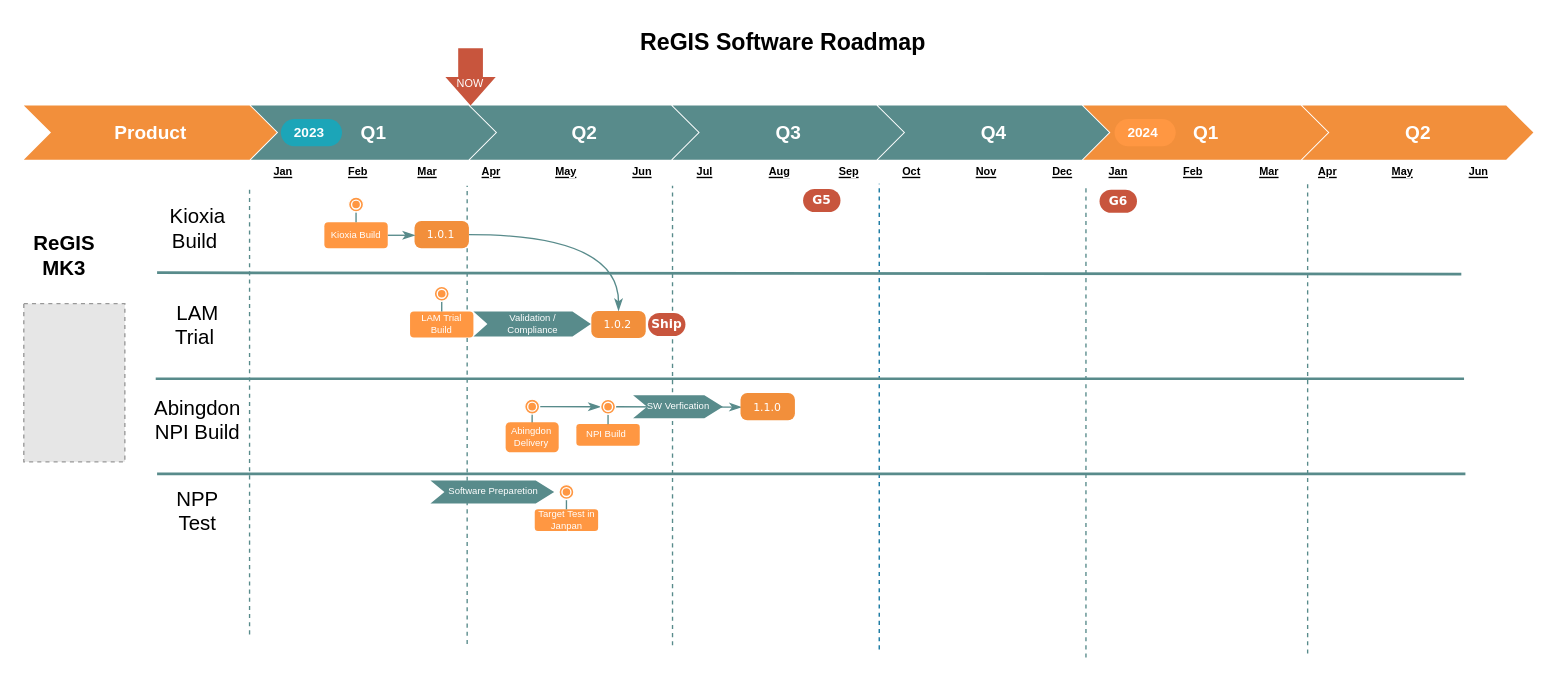
Earlier version of the draw.io diagram page "ReGIS" (3 of 7) of 0.Project Roadmap.drawio (EdwardsKorea/CommonDrawIO). Source tidied: cells renumbered, new cells numbered last; positions are measured from the earlier drawing's top-left corner, leaving out a move shared by most shapes. Both pictures are drawn from the tidied source at 136%, with x=0, y=0 at pixel (23, 23). Pictures stored in the file or linked from it are replaced by grey dashed boxes.
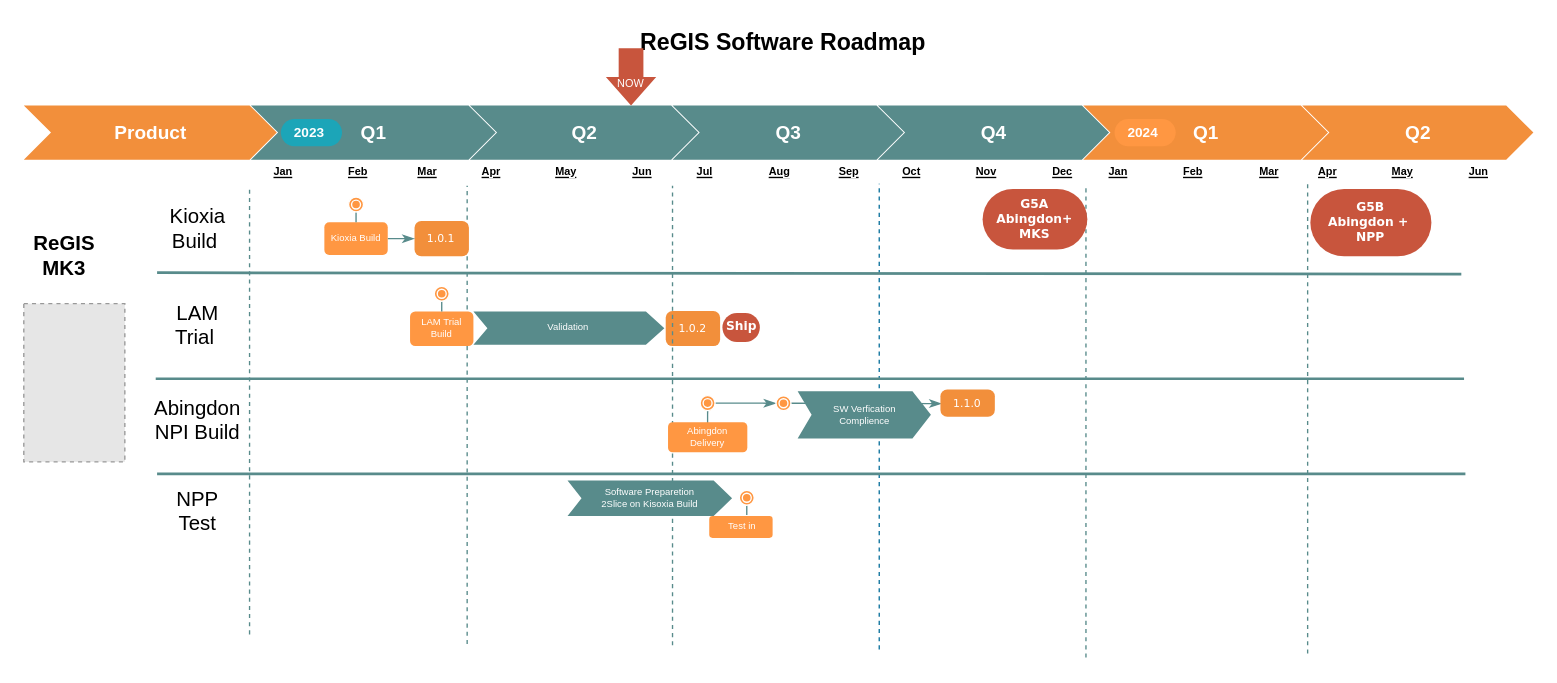
The same diagram, later.

What changed in the source:
```diff
@@
     <mxCell id="11" value="1.0.2" style="html=1;shadow=0;dashed=0;shape=mxgraph.bootstrap.rrect;rSize=5;strokeColor=none;strokeWidth=1;fillColor=#F28f3b;fontColor=#FFFFFF;whiteSpace=wrap;align=center;verticalAlign=middle;spacingLeft=0;fontStyle=0;fontSize=8;spacing=5;fontFamily=Verdana;labelBackgroundColor=none;" parent="1" vertex="1">
-      <mxGeometry x="417.3" y="211.1" width="40" height="20" as="geometry" />
+      <mxGeometry x="472" y="211.1" width="40" height="25.9" as="geometry" />
     </mxCell>
     <mxCell id="12" value="&lt;br&gt;NOW" style="shape=singleArrow;direction=south;whiteSpace=wrap;html=1;labelBackgroundColor=none;strokeColor=none;fontFamily=Helvetica;fontSize=8;fontColor=#FFFFFF;fillColor=#c8553d;arrowWidth=0.4911463187325298;arrowSize=0.49521072796935545;" parent="1" vertex="1">
-      <mxGeometry x="310" y="18" width="37" height="42" as="geometry" />
+      <mxGeometry x="428" y="18" width="37" height="42" as="geometry" />
     </mxCell>
@@
-    <mxCell id="39" value="NPI Build&amp;nbsp;" style="rounded=1;whiteSpace=wrap;html=1;labelBackgroundColor=none;strokeColor=none;fontFamily=Helvetica;fontSize=7;fontColor=#FFFFFF;fillColor=#FF9742;" parent="1" vertex="1">
-      <mxGeometry x="406.3" y="294.3" width="46.6" height="16" as="geometry" />
-    </mxCell>
     <mxCell id="40" style="edgeStyle=orthogonalEdgeStyle;curved=1;jettySize=auto;html=1;entryX=0.499;entryY=0.056;entryDx=0;entryDy=0;entryPerimeter=0;strokeColor=#588b8b;strokeWidth=1;fontFamily=Helvetica;fontSize=8;fontColor=#FFFFFF;endArrow=none;endFill=0;" parent="1" edge="1" source="42" target="43">
       <mxGeometry relative="1" as="geometry">
         <Array as="points">
-          <mxPoint x="373.8" y="288" />
-          <mxPoint x="373.8" y="288" />
+          <mxPoint x="502.8" y="285.4" />
+          <mxPoint x="502.8" y="285.4" />
         </Array>
       </mxGeometry>
     </mxCell>
@@
     <mxCell id="42" style="ellipse;shape=doubleEllipse;whiteSpace=wrap;html=1;labelBackgroundColor=none;strokeColor=#FFFFFF;fontFamily=Helvetica;fontSize=10;fontColor=#FFFFFF;fillColor=#FF9742;" parent="1" vertex="1">
-      <mxGeometry x="368.3" y="276" width="11" height="11" as="geometry" />
+      <mxGeometry x="497.3" y="273.4" width="11" height="11" as="geometry" />
     </mxCell>
     <mxCell id="43" value="Abingdon Delivery" style="rounded=1;whiteSpace=wrap;html=1;labelBackgroundColor=none;strokeColor=none;fontFamily=Helvetica;fontSize=7;fontColor=#FFFFFF;fillColor=#FF9742;" parent="1" vertex="1">
-      <mxGeometry x="354.3" y="293" width="39" height="22" as="geometry" />
+      <mxGeometry x="473.7" y="293" width="58.3" height="22" as="geometry" />
     </mxCell>
-    <mxCell id="44" value="G5" style="rounded=1;whiteSpace=wrap;html=1;arcSize=50;strokeColor=none;strokeWidth=1;fillColor=#c8553d;fontColor=#FFFFFF;whiteSpace=wrap;align=center;verticalAlign=middle;spacingLeft=0;fontStyle=1;fontSize=9;spacing=10;fontFamily=Verdana;" parent="1" vertex="1">
-      <mxGeometry x="573" y="121.4" width="27.5" height="17" as="geometry" />
+    <mxCell id="44" value="G5A&lt;br&gt;Abingdon+ MKS" style="rounded=1;whiteSpace=wrap;html=1;arcSize=50;strokeColor=none;strokeWidth=1;fillColor=#c8553d;fontColor=#FFFFFF;whiteSpace=wrap;align=center;verticalAlign=middle;spacingLeft=0;fontStyle=1;fontSize=9;spacing=10;fontFamily=Verdana;" parent="1" vertex="1">
+      <mxGeometry x="705" y="121.4" width="77" height="44.6" as="geometry" />
     </mxCell>
@@
     <mxCell id="46" value="LAM Trial Build" style="rounded=1;whiteSpace=wrap;html=1;labelBackgroundColor=none;strokeColor=none;fontFamily=Helvetica;fontSize=7;fontColor=#FFFFFF;fillColor=#FF9742;" parent="1" vertex="1">
-      <mxGeometry x="284" y="211.6" width="46.6" height="19" as="geometry" />
+      <mxGeometry x="284" y="211.6" width="46.6" height="25.4" as="geometry" />
     </mxCell>
@@
-    <mxCell id="49" style="edgeStyle=orthogonalEdgeStyle;curved=1;jettySize=auto;html=1;entryX=0.499;entryY=0.056;entryDx=0;entryDy=0;entryPerimeter=0;strokeColor=#588b8b;strokeWidth=1;fontFamily=Helvetica;fontSize=8;fontColor=#FFFFFF;endArrow=none;endFill=0;" parent="1" edge="1" source="51">
-      <mxGeometry relative="1" as="geometry">
-        <mxPoint x="429.6" y="294.4" as="targetPoint" />
-        <Array as="points">
-          <mxPoint x="429.6" y="288.1" />
-          <mxPoint x="429.6" y="288.1" />
-        </Array>
-      </mxGeometry>
-    </mxCell>
@@
     <mxCell id="51" style="ellipse;shape=doubleEllipse;whiteSpace=wrap;html=1;labelBackgroundColor=none;strokeColor=#FFFFFF;fontFamily=Helvetica;fontSize=10;fontColor=#FFFFFF;fillColor=#FF9742;" parent="1" vertex="1">
-      <mxGeometry x="424.1" y="276.1" width="11" height="11" as="geometry" />
+      <mxGeometry x="553.1" y="273.5" width="11" height="11" as="geometry" />
     </mxCell>
-    <mxCell id="52" value="SW Verfication" style="html=1;shape=mxgraph.infographic.ribbonSimple;notch1=10.29;notch2=13.57;fillColor=#588b8b;strokeColor=none;align=center;verticalAlign=middle;fontColor=#ffffff;fontSize=7;fontStyle=0;rounded=0;" parent="1" vertex="1">
-      <mxGeometry x="448" y="273.1" width="66" height="17" as="geometry" />
+    <mxCell id="52" value="SW Verfication&lt;br&gt;Complience" style="html=1;shape=mxgraph.infographic.ribbonSimple;notch1=10.29;notch2=13.57;fillColor=#588b8b;strokeColor=none;align=center;verticalAlign=middle;fontColor=#ffffff;fontSize=7;fontStyle=0;rounded=0;" parent="1" vertex="1">
+      <mxGeometry x="569" y="270.1" width="98" height="34.9" as="geometry" />
     </mxCell>
     <mxCell id="53" value="1.1.0" style="html=1;shadow=0;dashed=0;shape=mxgraph.bootstrap.rrect;rSize=5;strokeColor=none;strokeWidth=1;fillColor=#F28f3b;fontColor=#FFFFFF;whiteSpace=wrap;align=center;verticalAlign=middle;spacingLeft=0;fontStyle=0;fontSize=8;spacing=5;fontFamily=Verdana;labelBackgroundColor=none;" parent="1" vertex="1">
-      <mxGeometry x="527" y="271.5" width="40" height="20" as="geometry" />
+      <mxGeometry x="674" y="268.9" width="40" height="20" as="geometry" />
     </mxCell>
-    <mxCell id="54" value="G6" style="rounded=1;whiteSpace=wrap;html=1;arcSize=50;strokeColor=none;strokeWidth=1;fillColor=#c8553d;fontColor=#FFFFFF;whiteSpace=wrap;align=center;verticalAlign=middle;spacingLeft=0;fontStyle=1;fontSize=9;spacing=10;fontFamily=Verdana;" parent="1" vertex="1">
-      <mxGeometry x="791" y="122" width="27.5" height="17" as="geometry" />
-    </mxCell>
-    <mxCell id="55" style="edgeStyle=orthogonalEdgeStyle;curved=1;jettySize=auto;html=1;strokeColor=#588b8b;strokeWidth=1;fontFamily=Helvetica;fontSize=8;fontColor=#000000;endArrow=classicThin;endFill=1;" parent="1" edge="1" source="56" target="11">
-      <mxGeometry relative="1" as="geometry" />
-    </mxCell>
     <mxCell id="56" value="1.0.1" style="html=1;shadow=0;dashed=0;shape=mxgraph.bootstrap.rrect;rSize=5;strokeColor=none;strokeWidth=1;fillColor=#F28f3b;fontColor=#FFFFFF;whiteSpace=wrap;align=center;verticalAlign=middle;spacingLeft=0;fontStyle=0;fontSize=8;spacing=5;fontFamily=Verdana;labelBackgroundColor=none;" parent="1" vertex="1">
-      <mxGeometry x="287.3" y="145" width="40" height="20" as="geometry" />
+      <mxGeometry x="287.3" y="145" width="40" height="26" as="geometry" />
     </mxCell>
@@
     <mxCell id="58" value="Kioxia Build" style="rounded=1;whiteSpace=wrap;html=1;labelBackgroundColor=none;strokeColor=none;fontFamily=Helvetica;fontSize=7;fontColor=#FFFFFF;fillColor=#FF9742;" parent="1" vertex="1">
-      <mxGeometry x="221" y="146" width="46.6" height="19" as="geometry" />
+      <mxGeometry x="221" y="146" width="46.6" height="24" as="geometry" />
     </mxCell>
@@
-    <mxCell id="61" value="Validation /&lt;br&gt;Compliance" style="html=1;shape=mxgraph.infographic.ribbonSimple;notch1=10.29;notch2=13.57;fillColor=#588b8b;strokeColor=none;align=center;verticalAlign=middle;fontColor=#ffffff;fontSize=7;fontStyle=0;rounded=0;" parent="1" vertex="1">
-      <mxGeometry x="330.6" y="211.6" width="86.4" height="18.4" as="geometry" />
+    <mxCell id="61" value="Validation&amp;nbsp;" style="html=1;shape=mxgraph.infographic.ribbonSimple;notch1=10.29;notch2=13.57;fillColor=#588b8b;strokeColor=none;align=center;verticalAlign=middle;fontColor=#ffffff;fontSize=7;fontStyle=0;rounded=0;" parent="1" vertex="1">
+      <mxGeometry x="330.6" y="211.6" width="140.4" height="24.4" as="geometry" />
     </mxCell>
     <mxCell id="62" value="Ship" style="rounded=1;whiteSpace=wrap;html=1;arcSize=50;strokeColor=none;strokeWidth=1;fillColor=#c8553d;fontColor=#FFFFFF;whiteSpace=wrap;align=center;verticalAlign=middle;spacingLeft=0;fontStyle=1;fontSize=9;spacing=10;fontFamily=Verdana;" parent="1" vertex="1">
-      <mxGeometry x="459" y="212.6" width="27.5" height="17" as="geometry" />
+      <mxGeometry x="513.7" y="212.6" width="27.5" height="21.4" as="geometry" />
     </mxCell>
@@
-    <mxCell id="70" value="Target Test in Janpan" style="rounded=1;whiteSpace=wrap;html=1;labelBackgroundColor=none;strokeColor=none;fontFamily=Helvetica;fontSize=7;fontColor=#FFFFFF;fillColor=#FF9742;" parent="1" vertex="1">
-      <mxGeometry x="375.7" y="357" width="46.6" height="16" as="geometry" />
+    <mxCell id="70" value="&amp;nbsp;Test in" style="rounded=1;whiteSpace=wrap;html=1;labelBackgroundColor=none;strokeColor=none;fontFamily=Helvetica;fontSize=7;fontColor=#FFFFFF;fillColor=#FF9742;" parent="1" vertex="1">
+      <mxGeometry x="504" y="362" width="46.6" height="16" as="geometry" />
     </mxCell>
     <mxCell id="71" style="edgeStyle=orthogonalEdgeStyle;curved=1;jettySize=auto;html=1;entryX=0.499;entryY=0.056;entryDx=0;entryDy=0;entryPerimeter=0;strokeColor=#588b8b;strokeWidth=1;fontFamily=Helvetica;fontSize=8;fontColor=#FFFFFF;endArrow=none;endFill=0;" parent="1" edge="1" source="72">
       <mxGeometry relative="1" as="geometry">
-        <mxPoint x="399" y="357" as="targetPoint" />
+        <mxPoint x="531.6" y="361.2" as="targetPoint" />
         <Array as="points">
-          <mxPoint x="399" y="350.8" />
-          <mxPoint x="399" y="350.8" />
+          <mxPoint x="531.6" y="355" />
+          <mxPoint x="531.6" y="355" />
         </Array>
       </mxGeometry>
     </mxCell>
     <mxCell id="72" style="ellipse;shape=doubleEllipse;whiteSpace=wrap;html=1;labelBackgroundColor=none;strokeColor=#FFFFFF;fontFamily=Helvetica;fontSize=10;fontColor=#FFFFFF;fillColor=#FF9742;" parent="1" vertex="1">
-      <mxGeometry x="393.5" y="338.8" width="11" height="11" as="geometry" />
+      <mxGeometry x="526.1" y="343" width="11" height="11" as="geometry" />
     </mxCell>
-    <mxCell id="73" value="Software Preparetion" style="html=1;shape=mxgraph.infographic.ribbonSimple;notch1=10.29;notch2=13.57;fillColor=#588b8b;strokeColor=none;align=center;verticalAlign=middle;fontColor=#ffffff;fontSize=7;fontStyle=0;rounded=0;" parent="1" vertex="1">
-      <mxGeometry x="299" y="335.8" width="91" height="17" as="geometry" />
+    <mxCell id="73" value="Software Preparetion&lt;br&gt;2Slice on Kisoxia Build" style="html=1;shape=mxgraph.infographic.ribbonSimple;notch1=10.29;notch2=13.57;fillColor=#588b8b;strokeColor=none;align=center;verticalAlign=middle;fontColor=#ffffff;fontSize=7;fontStyle=0;rounded=0;" parent="1" vertex="1">
+      <mxGeometry x="399.8" y="335.8" width="121" height="26.2" as="geometry" />
     </mxCell>
+    <mxCell id="74" value="G5B&lt;br&gt;Abingdon +&amp;nbsp;&lt;br&gt;NPP" style="rounded=1;whiteSpace=wrap;html=1;arcSize=50;strokeColor=none;strokeWidth=1;fillColor=#c8553d;fontColor=#FFFFFF;whiteSpace=wrap;align=center;verticalAlign=middle;spacingLeft=0;fontStyle=1;fontSize=9;spacing=10;fontFamily=Verdana;" parent="1" vertex="1">
+      <mxGeometry x="946" y="121.4" width="89" height="49.6" as="geometry" />
+    </mxCell>
```
